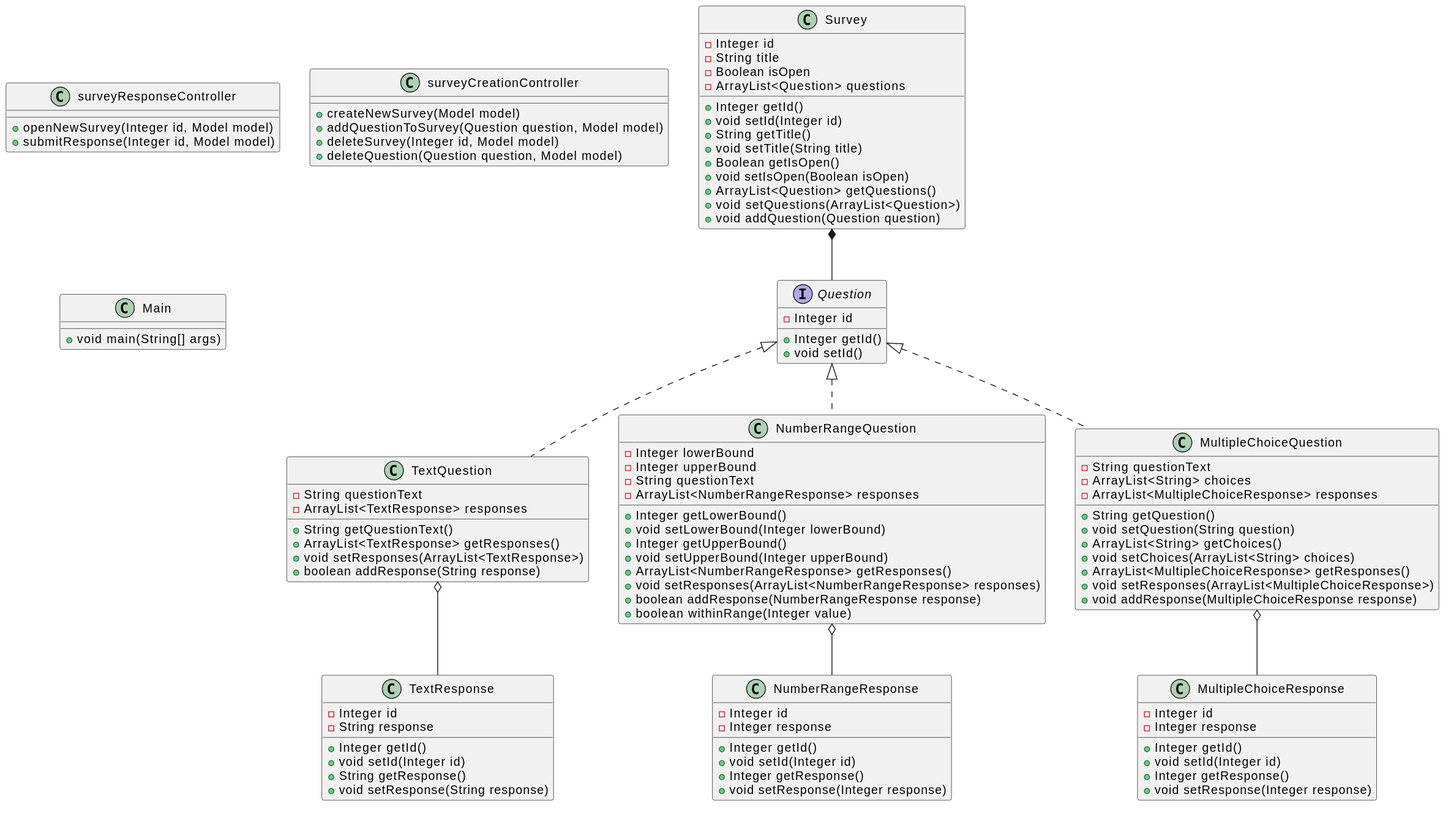
The PlantUML diagram plantUML/rendered/java-class-diagram.svg in elyssagrant/SYSC4806-Group-Project, before a commit.
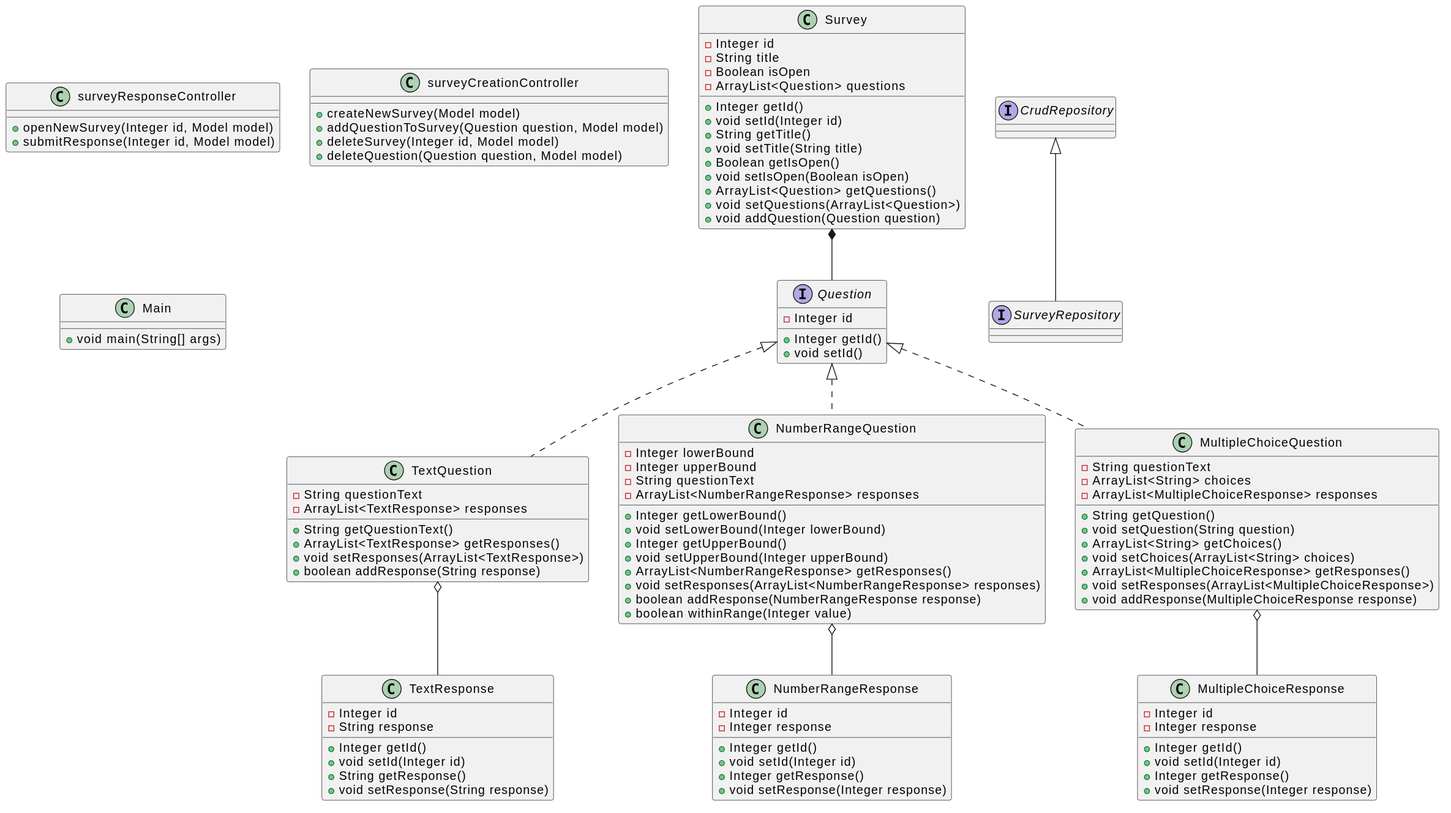
After the change.

Commit message:
ci: render plantUML [skip ci]

Diff of the diagram source:
```diff
@@ -101,6 +101,14 @@
 + void main(String[] args)
 }
 
+interface CrudRepository {
+
+}
+
+interface SurveyRepository implements CrudRepository {
+
+}
+
 Survey *-- Question
 TextQuestion o-- TextResponse
 NumberRangeQuestion o-- NumberRangeResponse
```
